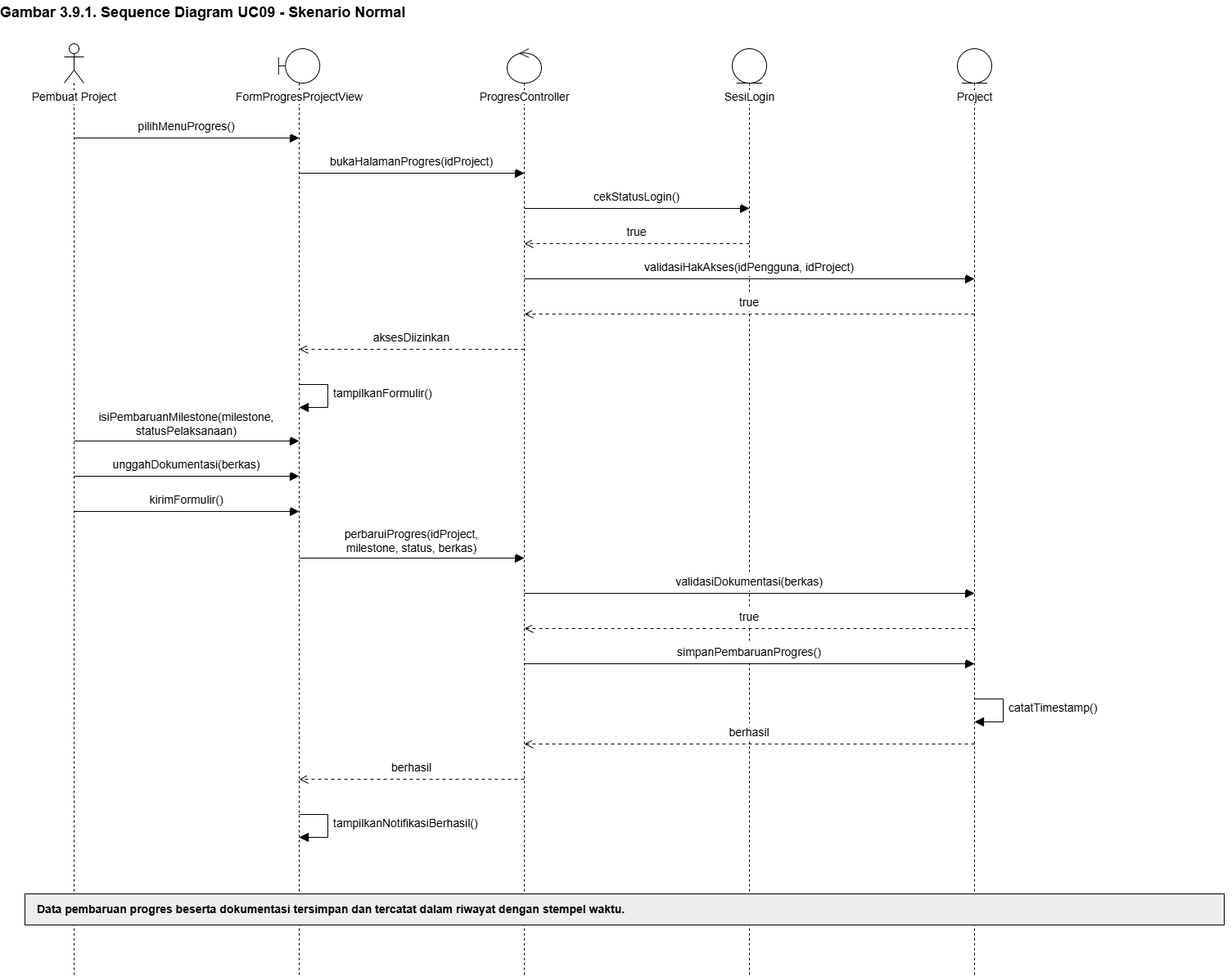
Brynpamungkas/IF2150-RPL-K02-G08 keeps this draw.io diagram as docs/M7/assets/diagram/sequence-uc09-normal.png. Above is the earlier version. Source tidied: cells renumbered, new cells last; positions are measured from the earlier drawing's top-left corner, leaving out a move shared by most shapes.
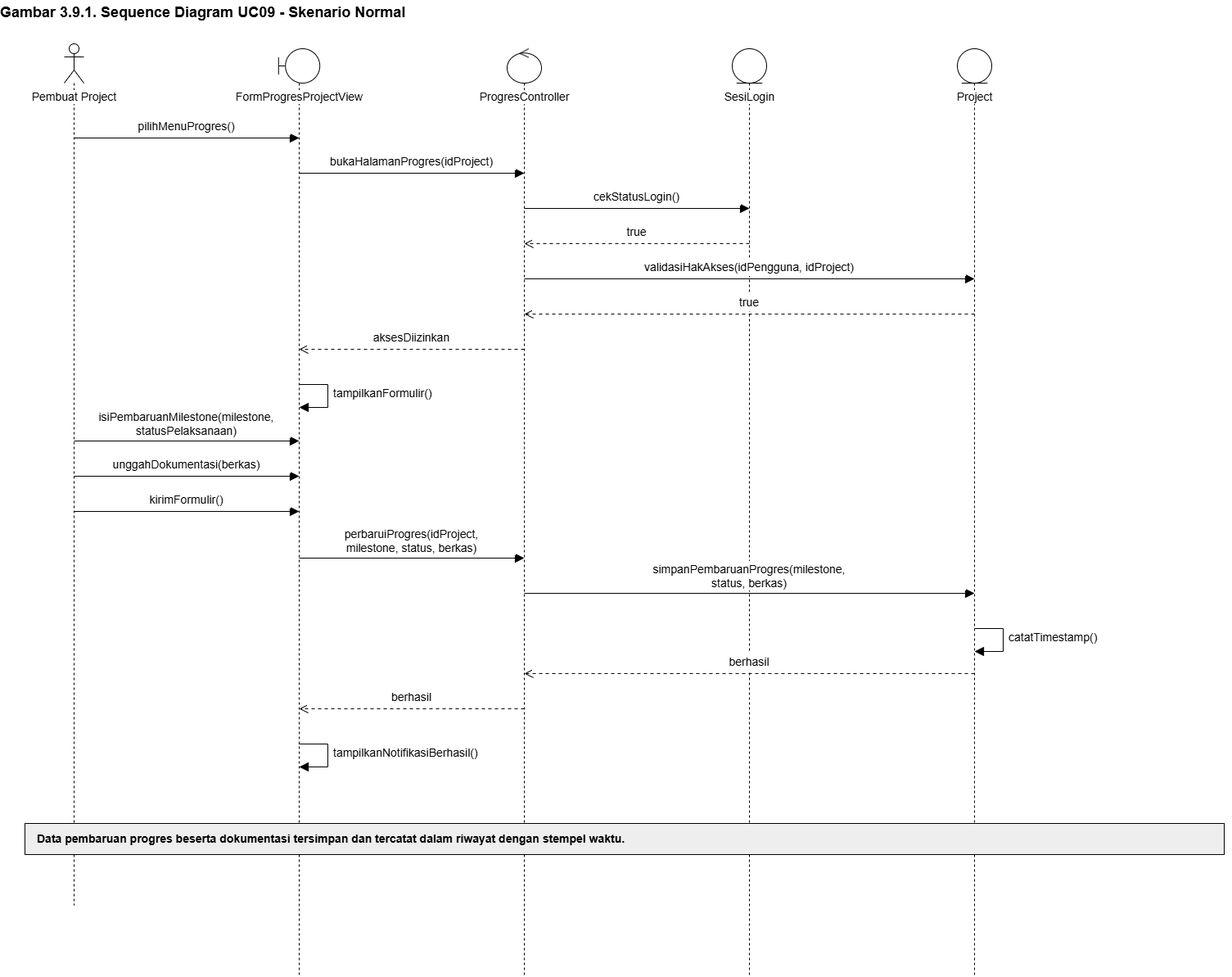
After the change.

What changed in the source:
```diff
@@ -6,7 +6,7 @@
       <mxGeometry width="1505" height="30" as="geometry" />
     </mxCell>
     <mxCell id="3" value="Pembuat Project" style="shape=umlLifeline;participant=umlActor;perimeter=lifelinePerimeter;whiteSpace=nowrap;html=1;verticalAlign=top;spacingTop=50;size=48;fontFamily=Arial;fontSize=14;labelBackgroundColor=#FFFFFF;fillColor=#FFFFFF;strokeColor=#000000;" parent="1" vertex="1">
-      <mxGeometry x="78" y="53" width="24" height="1138" as="geometry" />
+      <mxGeometry x="78" y="53" width="24" height="1052" as="geometry" />
     </mxCell>
     <mxCell id="4" value="FormProgresProjectView" style="shape=umlLifeline;participant=umlBoundary;perimeter=lifelinePerimeter;whiteSpace=nowrap;html=1;verticalAlign=top;spacingTop=44;size=42;fontFamily=Arial;fontSize=14;labelBackgroundColor=#FFFFFF;fillColor=#FFFFFF;strokeColor=#000000;" parent="1" vertex="1">
       <mxGeometry x="339.8" y="59" width="50.4" height="1132" as="geometry" />
@@ -132,82 +132,64 @@
     <mxCell id="31" value="perbaruiProgres(idProject,&lt;br&gt;milestone, status, berkas)" style="text;html=1;strokeColor=none;fillColor=white;align=center;verticalAlign=middle;whiteSpace=wrap;overflow=visible;fontFamily=Arial;fontSize=14;fontStyle=0;spacing=0;" parent="1" vertex="1">
       <mxGeometry x="375" y="642" width="255" height="36" as="geometry" />
     </mxCell>
-    <mxCell id="32" style="html=1;rounded=0;endArrow=block;endFill=1;endSize=9;strokeColor=#000000;" parent="1" edge="1">
-      <mxGeometry relative="1" as="geometry">
-        <mxPoint x="640" y="724" as="sourcePoint" />
-        <mxPoint x="1190" y="724" as="targetPoint" />
-      </mxGeometry>
-    </mxCell>
-    <mxCell id="33" value="validasiDokumentasi(berkas)" style="text;html=1;strokeColor=none;fillColor=white;align=center;verticalAlign=middle;whiteSpace=wrap;overflow=visible;fontFamily=Arial;fontSize=14;fontStyle=0;spacing=0;" parent="1" vertex="1">
-      <mxGeometry x="650" y="699" width="530" height="22" as="geometry" />
-    </mxCell>
-    <mxCell id="34" style="html=1;rounded=0;endArrow=open;endFill=0;endSize=9;strokeColor=#000000;dashed=1;dashPattern=4 4;" parent="1" edge="1">
-      <mxGeometry relative="1" as="geometry">
-        <mxPoint x="1190" y="767" as="sourcePoint" />
-        <mxPoint x="640" y="767" as="targetPoint" />
-      </mxGeometry>
-    </mxCell>
-    <mxCell id="35" value="true" style="text;html=1;strokeColor=none;fillColor=white;align=center;verticalAlign=middle;whiteSpace=wrap;overflow=visible;fontFamily=Arial;fontSize=14;fontStyle=0;spacing=0;" parent="1" vertex="1">
-      <mxGeometry x="650" y="742" width="530" height="22" as="geometry" />
-    </mxCell>
     <mxCell id="36" style="html=1;rounded=0;endArrow=block;endFill=1;endSize=9;strokeColor=#000000;" parent="1" edge="1">
       <mxGeometry relative="1" as="geometry">
-        <mxPoint x="640" y="810" as="sourcePoint" />
-        <mxPoint x="1190" y="810" as="targetPoint" />
+        <mxPoint x="640" y="724" as="sourcePoint" />
+        <mxPoint x="1190" y="724" as="targetPoint" />
       </mxGeometry>
     </mxCell>
-    <mxCell id="37" value="simpanPembaruanProgres()" style="text;html=1;strokeColor=none;fillColor=white;align=center;verticalAlign=middle;whiteSpace=wrap;overflow=visible;fontFamily=Arial;fontSize=14;fontStyle=0;spacing=0;" parent="1" vertex="1">
-      <mxGeometry x="650" y="785" width="530" height="22" as="geometry" />
+    <mxCell id="37" value="simpanPembaruanProgres(milestone,&lt;br&gt;status, berkas)" style="text;html=1;strokeColor=none;fillColor=white;align=center;verticalAlign=middle;whiteSpace=wrap;overflow=visible;fontFamily=Arial;fontSize=14;fontStyle=0;spacing=0;" parent="1" vertex="1">
+      <mxGeometry x="650" y="685" width="530" height="36" as="geometry" />
     </mxCell>
     <mxCell id="38" style="html=1;rounded=0;endArrow=block;endFill=1;endSize=9;strokeColor=#000000;" parent="1" edge="1">
       <mxGeometry relative="1" as="geometry">
-        <mxPoint x="1190" y="853" as="sourcePoint" />
-        <mxPoint x="1190" y="881" as="targetPoint" />
+        <mxPoint x="1190" y="767" as="sourcePoint" />
+        <mxPoint x="1190" y="795" as="targetPoint" />
         <Array as="points">
-          <mxPoint x="1225" y="853" />
-          <mxPoint x="1225" y="881" />
+          <mxPoint x="1225" y="767" />
+          <mxPoint x="1225" y="795" />
         </Array>
       </mxGeometry>
     </mxCell>
     <mxCell id="39" value="catatTimestamp()" style="text;html=1;strokeColor=none;fillColor=none;align=left;verticalAlign=middle;whiteSpace=wrap;overflow=visible;fontFamily=Arial;fontSize=14;fontStyle=0;spacing=0;" parent="1" vertex="1">
-      <mxGeometry x="1232" y="848" width="230" height="32" as="geometry" />
+      <mxGeometry x="1232" y="762" width="230" height="32" as="geometry" />
     </mxCell>
     <mxCell id="40" style="html=1;rounded=0;endArrow=open;endFill=0;endSize=9;strokeColor=#000000;dashed=1;dashPattern=4 4;" parent="1" edge="1">
       <mxGeometry relative="1" as="geometry">
-        <mxPoint x="1190" y="908" as="sourcePoint" />
-        <mxPoint x="640" y="908" as="targetPoint" />
+        <mxPoint x="1190" y="822" as="sourcePoint" />
+        <mxPoint x="640" y="822" as="targetPoint" />
       </mxGeometry>
     </mxCell>
     <mxCell id="41" value="berhasil" style="text;html=1;strokeColor=none;fillColor=white;align=center;verticalAlign=middle;whiteSpace=wrap;overflow=visible;fontFamily=Arial;fontSize=14;fontStyle=0;spacing=0;" parent="1" vertex="1">
-      <mxGeometry x="650" y="883" width="530" height="22" as="geometry" />
+      <mxGeometry x="650" y="797" width="530" height="22" as="geometry" />
     </mxCell>
     <mxCell id="42" style="html=1;rounded=0;endArrow=open;endFill=0;endSize=9;strokeColor=#000000;dashed=1;dashPattern=4 4;" parent="1" edge="1">
       <mxGeometry relative="1" as="geometry">
-        <mxPoint x="640" y="951" as="sourcePoint" />
-        <mxPoint x="365" y="951" as="targetPoint" />
+        <mxPoint x="640" y="865" as="sourcePoint" />
+        <mxPoint x="365" y="865" as="targetPoint" />
       </mxGeometry>
     </mxCell>
     <mxCell id="43" value="berhasil" style="text;html=1;strokeColor=none;fillColor=white;align=center;verticalAlign=middle;whiteSpace=wrap;overflow=visible;fontFamily=Arial;fontSize=14;fontStyle=0;spacing=0;" parent="1" vertex="1">
-      <mxGeometry x="375" y="926" width="255" height="22" as="geometry" />
+      <mxGeometry x="375" y="840" width="255" height="22" as="geometry" />
     </mxCell>
     <mxCell id="44" style="html=1;rounded=0;endArrow=block;endFill=1;endSize=9;strokeColor=#000000;" parent="1" edge="1">
       <mxGeometry relative="1" as="geometry">
-        <mxPoint x="365" y="994" as="sourcePoint" />
-        <mxPoint x="365" y="1022" as="targetPoint" />
+        <mxPoint x="365" y="908" as="sourcePoint" />
+        <mxPoint x="365" y="936" as="targetPoint" />
         <Array as="points">
-          <mxPoint x="400" y="994" />
-          <mxPoint x="400" y="1022" />
+          <mxPoint x="400" y="908" />
+          <mxPoint x="400" y="936" />
         </Array>
       </mxGeometry>
     </mxCell>
     <mxCell id="45" value="tampilkanNotifikasiBerhasil()" style="text;html=1;strokeColor=none;fillColor=none;align=left;verticalAlign=middle;whiteSpace=wrap;overflow=visible;fontFamily=Arial;fontSize=14;fontStyle=0;spacing=0;" parent="1" vertex="1">
-      <mxGeometry x="407" y="989" width="230" height="32" as="geometry" />
+      <mxGeometry x="407" y="903" width="230" height="32" as="geometry" />
     </mxCell>
     <mxCell id="46" style="rounded=0;whiteSpace=wrap;html=1;fillColor=#EEEEEE;strokeColor=#000000;" parent="1" vertex="1">
-      <mxGeometry x="30" y="1091" width="1465" height="38" as="geometry" />
+      <mxGeometry x="30" y="1005" width="1465" height="38" as="geometry" />
     </mxCell>
     <mxCell id="47" value="Data pembaruan progres beserta dokumentasi tersimpan dan tercatat dalam riwayat dengan stempel waktu." style="text;html=1;strokeColor=none;fillColor=none;align=left;verticalAlign=middle;whiteSpace=wrap;overflow=visible;fontFamily=Arial;fontSize=14;fontStyle=1;spacing=0;" parent="1" vertex="1">
-      <mxGeometry x="45" y="1095" width="1435" height="30" as="geometry" />
+      <mxGeometry x="45" y="1009" width="1435" height="30" as="geometry" />
     </mxCell>
   </root>
 </mxGraphModel>
```
